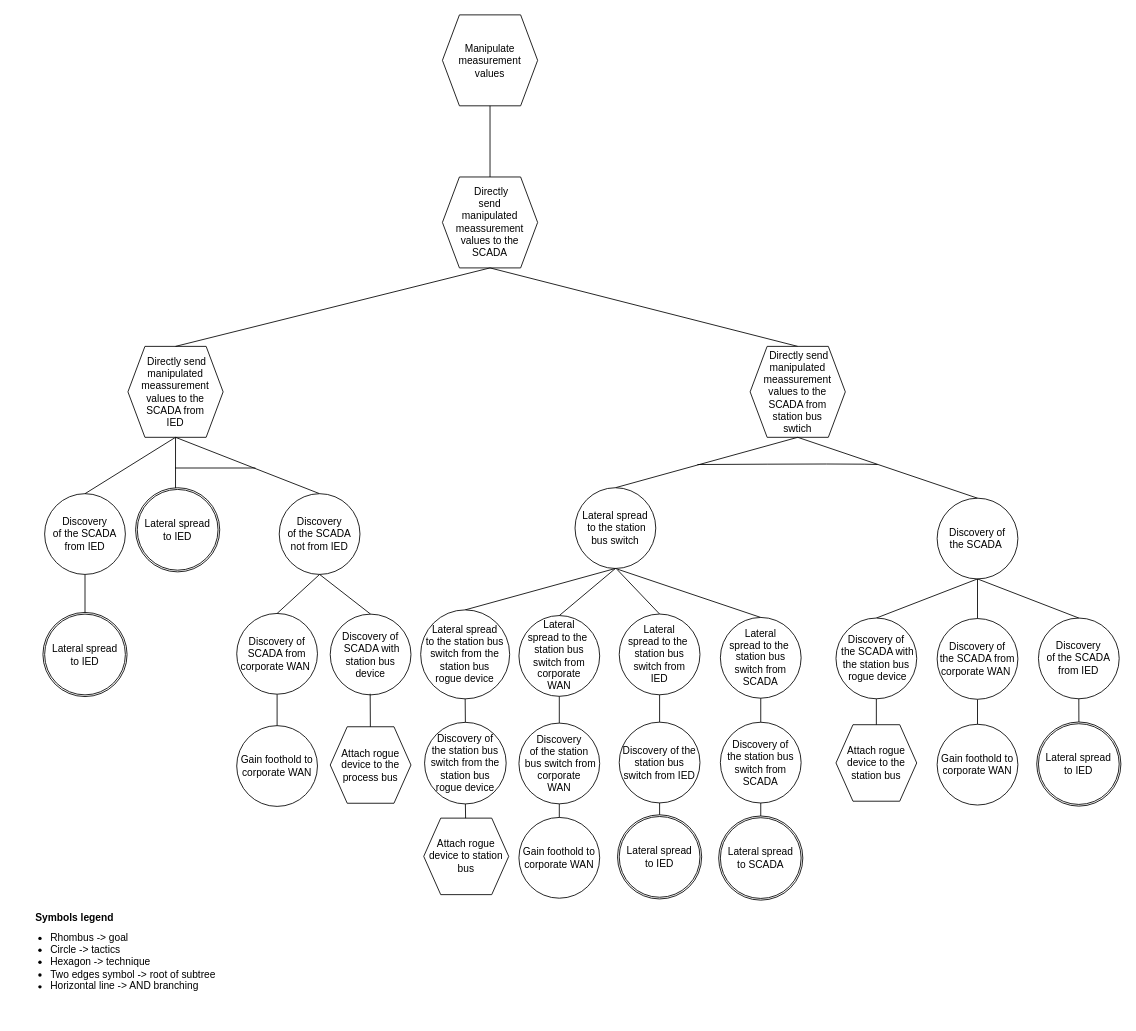
Before: drawIO_trees/solution_3_2_2.drawio in mihaelM/Attack_trees, a draw.io diagram. Source tidied: cells renumbered, new cells numbered last; positions are measured from the earlier drawing's top-left corner, leaving out a move shared by most shapes. Both pictures are drawn from the tidied source at 85%, with x=0, y=0 at pixel (14, 14).
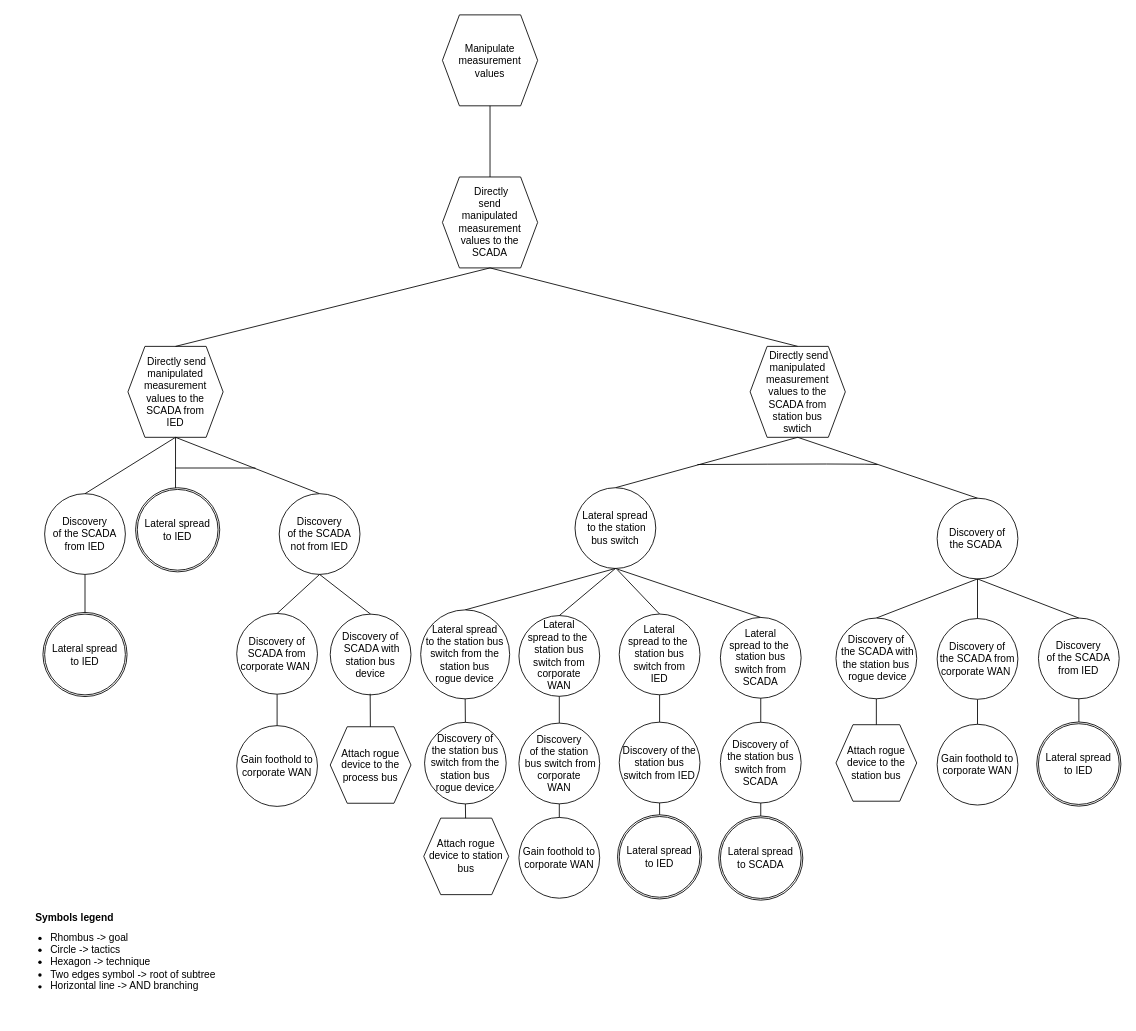
The same page after the edit.

What changed in the source:
```diff
@@
-    <mxCell id="5" value="&amp;nbsp;Directly&lt;br&gt;send&lt;br&gt;manipulated&lt;br&gt;meassurement&lt;br&gt;values to the&lt;br&gt;SCADA" style="shape=hexagon;perimeter=hexagonPerimeter2;whiteSpace=wrap;html=1;fixedSize=1;" parent="1" vertex="1">
+    <mxCell id="5" value="&amp;nbsp;Directly&lt;br&gt;send&lt;br&gt;manipulated&lt;br&gt;measurement&lt;br&gt;values to the&lt;br&gt;SCADA" style="shape=hexagon;perimeter=hexagonPerimeter2;whiteSpace=wrap;html=1;fixedSize=1;" parent="1" vertex="1">
       <mxGeometry x="503" y="190.7" width="112" height="107" as="geometry" />
     </mxCell>
@@
-    <mxCell id="10" value="&amp;nbsp;Directly send&lt;br&gt;manipulated&lt;br&gt;meassurement&lt;br&gt;values to the&lt;br&gt;SCADA from&lt;br&gt;IED" style="shape=hexagon;perimeter=hexagonPerimeter2;whiteSpace=wrap;html=1;fixedSize=1;" parent="1" vertex="1">
+    <mxCell id="10" value="&amp;nbsp;Directly send&lt;br&gt;manipulated&lt;br&gt;measurement&lt;br&gt;values to the&lt;br&gt;SCADA from&lt;br&gt;IED" style="shape=hexagon;perimeter=hexagonPerimeter2;whiteSpace=wrap;html=1;fixedSize=1;" parent="1" vertex="1">
       <mxGeometry x="133" y="390" width="112" height="107" as="geometry" />
     </mxCell>
@@
-    <mxCell id="26" value="&amp;nbsp;Directly send&lt;br&gt;manipulated&lt;br&gt;meassurement&lt;br&gt;values to the SCADA from &lt;br&gt;station bus &lt;br&gt;swtich" style="shape=hexagon;perimeter=hexagonPerimeter2;whiteSpace=wrap;html=1;fixedSize=1;" parent="1" vertex="1">
+    <mxCell id="26" value="&amp;nbsp;Directly send&lt;br&gt;manipulated&lt;br&gt;measurement&lt;br&gt;values to the SCADA from &lt;br&gt;station bus &lt;br&gt;swtich" style="shape=hexagon;perimeter=hexagonPerimeter2;whiteSpace=wrap;html=1;fixedSize=1;" parent="1" vertex="1">
       <mxGeometry x="865" y="390" width="112" height="107" as="geometry" />
     </mxCell>
```
